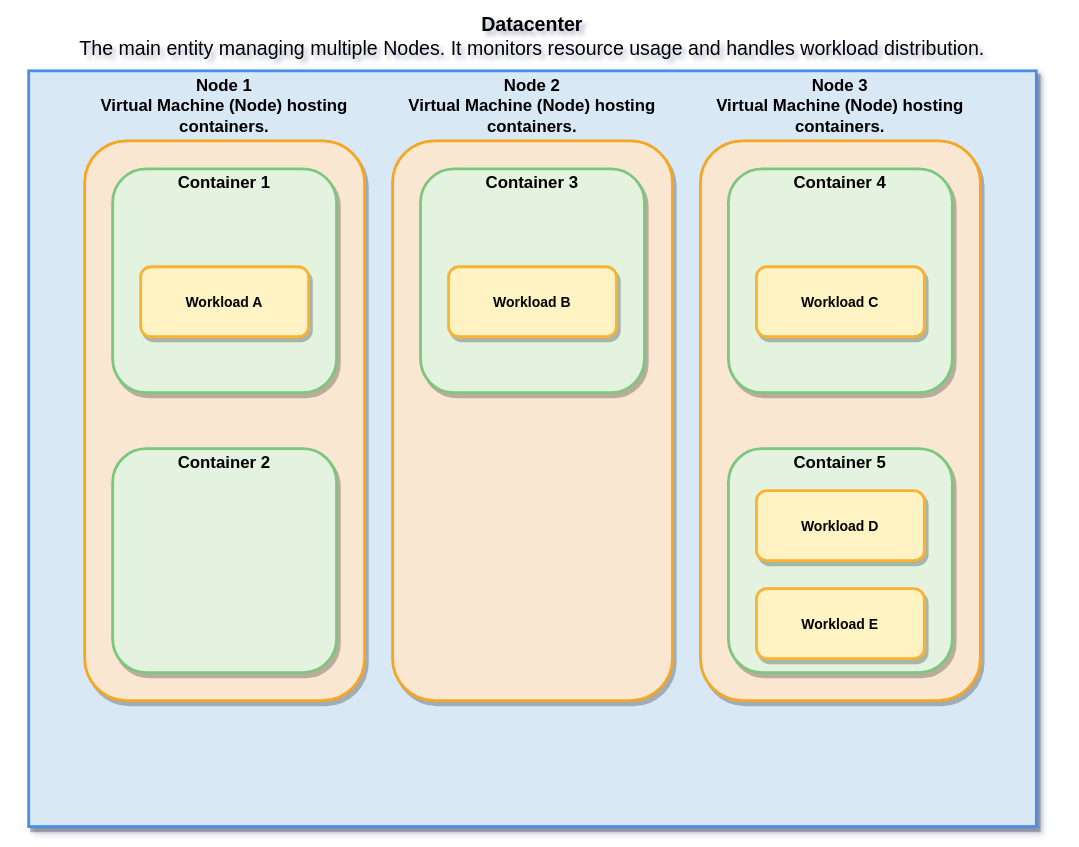
The draw.io diagram imgs/high_architecture.svg in milanbalazs/ContSysSim, before a commit. Source tidied: cells renumbered, new cells last; positions are measured from the earlier drawing's top-left corner, leaving out a move shared by most shapes.
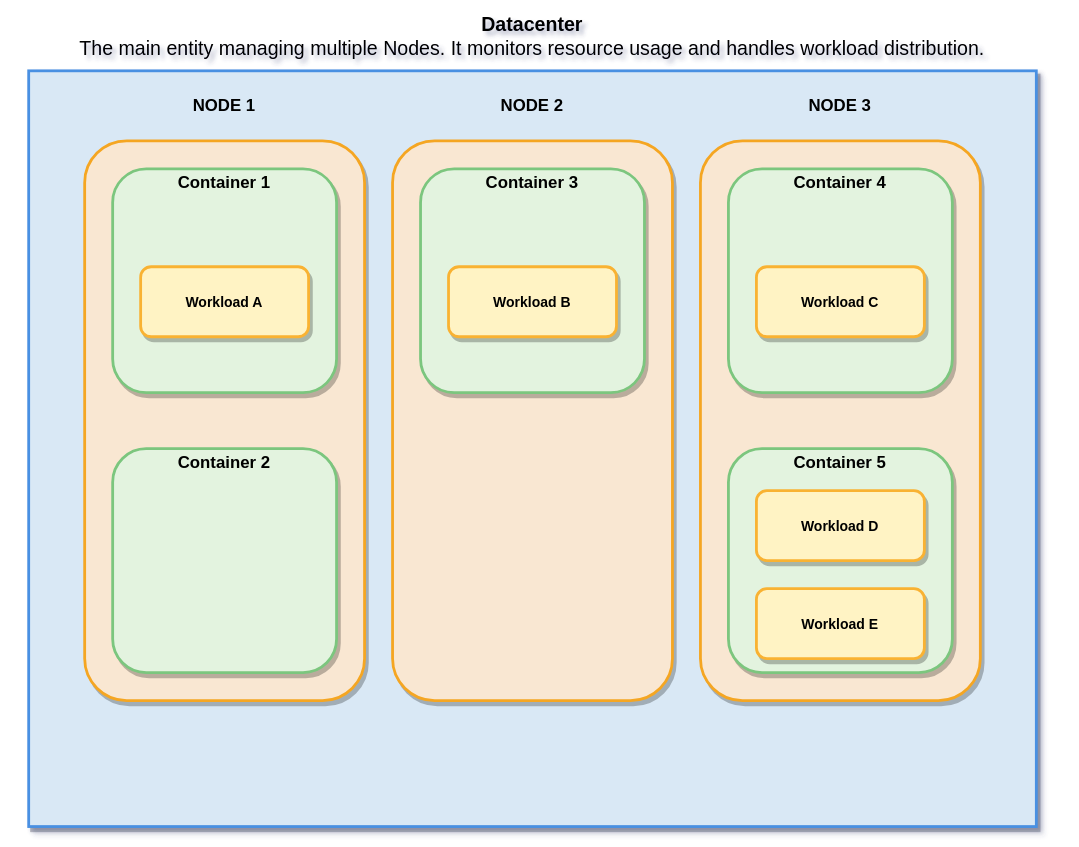
Later version of the same file.

Change to the diagram source:
```diff
@@ -5,25 +5,25 @@
     <mxCell id="2" style="whiteSpace=wrap;html=1;fillColor=#d9e8f5;strokeColor=#4a90e2;strokeWidth=2;shadow=1;" parent="1" vertex="1">
       <mxGeometry x="20" y="50" width="720" height="540" as="geometry" />
     </mxCell>
-    <mxCell id="3" value="Datacenter&lt;br&gt;&lt;span style=&quot;font-weight: normal;&quot;&gt;The main entity managing multiple VMs. It monitors resource usage and handles workload distribution.&lt;/span&gt;" style="text;html=1;strokeColor=none;fillColor=none;align=center;verticalAlign=middle;fontSize=14;fontStyle=1;whiteSpace=wrap;" parent="1" vertex="1">
+    <mxCell id="3" value="Datacenter&lt;br&gt;&lt;span style=&quot;font-weight: normal;&quot;&gt;The main entity managing multiple Nodes. It monitors resource usage and handles workload distribution.&lt;/span&gt;" style="text;html=1;strokeColor=none;fillColor=none;align=center;verticalAlign=middle;fontSize=14;fontStyle=1;whiteSpace=wrap;" parent="1" vertex="1">
       <mxGeometry width="760" height="50" as="geometry" />
     </mxCell>
     <mxCell id="4" style="rounded=1;whiteSpace=wrap;html=1;fillColor=#f9e7d2;strokeColor=#f5a623;strokeWidth=2;shadow=1;" parent="1" vertex="1">
       <mxGeometry x="60" y="100" width="200" height="400" as="geometry" />
     </mxCell>
-    <mxCell id="5" value="VM 1&lt;br&gt;Virtual Machine (Node) hosting containers." style="text;html=1;strokeColor=none;fillColor=none;align=center;verticalAlign=middle;fontSize=12;fontStyle=1;whiteSpace=wrap;" parent="1" vertex="1">
+    <mxCell id="5" value="NODE 1" style="text;html=1;strokeColor=none;fillColor=none;align=center;verticalAlign=middle;fontSize=12;fontStyle=1;whiteSpace=wrap;" parent="1" vertex="1">
       <mxGeometry x="60" y="60" width="200" height="30" as="geometry" />
     </mxCell>
     <mxCell id="6" style="rounded=1;whiteSpace=wrap;html=1;fillColor=#f9e7d2;strokeColor=#f5a623;strokeWidth=2;shadow=1;" parent="1" vertex="1">
       <mxGeometry x="280" y="100" width="200" height="400" as="geometry" />
     </mxCell>
-    <mxCell id="7" value="VM 2&lt;br&gt;Virtual Machine&amp;nbsp;(Node) hosting containers." style="text;html=1;strokeColor=none;fillColor=none;align=center;verticalAlign=middle;fontSize=12;fontStyle=1;whiteSpace=wrap;" parent="1" vertex="1">
+    <mxCell id="7" value="NODE 2" style="text;html=1;strokeColor=none;fillColor=none;align=center;verticalAlign=middle;fontSize=12;fontStyle=1;whiteSpace=wrap;" parent="1" vertex="1">
       <mxGeometry x="280" y="60" width="200" height="30" as="geometry" />
     </mxCell>
     <mxCell id="8" style="rounded=1;whiteSpace=wrap;html=1;fillColor=#f9e7d2;strokeColor=#f5a623;strokeWidth=2;shadow=1;" parent="1" vertex="1">
       <mxGeometry x="500" y="100" width="200" height="400" as="geometry" />
     </mxCell>
-    <mxCell id="9" value="VM 3&lt;br&gt;Virtual Machine&amp;nbsp;(Node) hosting containers." style="text;html=1;strokeColor=none;fillColor=none;align=center;verticalAlign=middle;fontSize=12;fontStyle=1;whiteSpace=wrap;" parent="1" vertex="1">
+    <mxCell id="9" value="NODE 3" style="text;html=1;strokeColor=none;fillColor=none;align=center;verticalAlign=middle;fontSize=12;fontStyle=1;whiteSpace=wrap;" parent="1" vertex="1">
       <mxGeometry x="500" y="60" width="200" height="30" as="geometry" />
     </mxCell>
     <mxCell id="10" style="rounded=1;whiteSpace=wrap;html=1;fillColor=#e3f3df;strokeColor=#7bc67e;strokeWidth=2;shadow=1;" parent="1" vertex="1">
```
